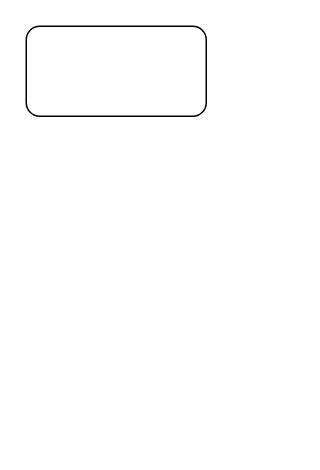
Earlier version of the draw.io diagram Untitled Diagram.drawio (horacewhc/hello-world). Source tidied: cells renumbered, new cells numbered last; positions are measured from the earlier drawing's top-left corner, leaving out a move shared by most shapes. Both pictures are drawn from the tidied source at 150%, with x=0, y=0 at pixel (26, 26).
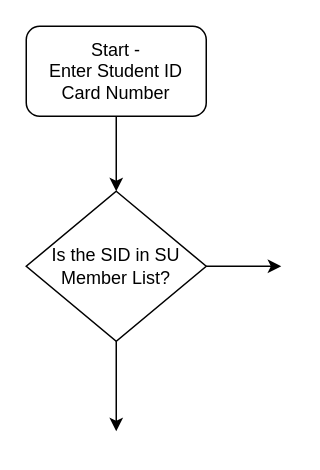
The same page after the edit.

Change to the diagram source:
```diff
@@
 <mxGraphModel>
   <root>
     <mxCell id="0" />
     <mxCell id="1" parent="0" />
-    <mxCell id="2" style="rounded=1;whiteSpace=wrap;html=1;" parent="1" vertex="1">
+    <mxCell id="2" value="Start - &lt;br&gt;Enter Student ID Card Number" style="rounded=1;whiteSpace=wrap;html=1;" parent="1" vertex="1">
       <mxGeometry width="120" height="60" as="geometry" />
     </mxCell>
+    <mxCell id="3" style="endArrow=classic;html=1;rounded=0;exitX=0.5;exitY=1;exitDx=0;exitDy=0;" parent="1" edge="1" source="2">
+      <mxGeometry relative="1" as="geometry">
+        <mxPoint x="60" y="110" as="targetPoint" />
+      </mxGeometry>
+    </mxCell>
+    <mxCell id="4" value="Is the SID in SU Member List?" style="rhombus;whiteSpace=wrap;html=1;" parent="1" vertex="1">
+      <mxGeometry y="110" width="120" height="100" as="geometry" />
+    </mxCell>
+    <mxCell id="5" style="endArrow=classic;html=1;rounded=0;exitX=1;exitY=0.5;exitDx=0;exitDy=0;" parent="1" edge="1" source="4">
+      <mxGeometry relative="1" as="geometry">
+        <mxPoint x="170" y="160" as="targetPoint" />
+      </mxGeometry>
+    </mxCell>
+    <mxCell id="6" style="endArrow=classic;html=1;rounded=0;exitX=0.5;exitY=1;exitDx=0;exitDy=0;" parent="1" edge="1" source="4">
+      <mxGeometry relative="1" as="geometry">
+        <mxPoint x="60" y="270" as="targetPoint" />
+      </mxGeometry>
+    </mxCell>
   </root>
 </mxGraphModel>
```
